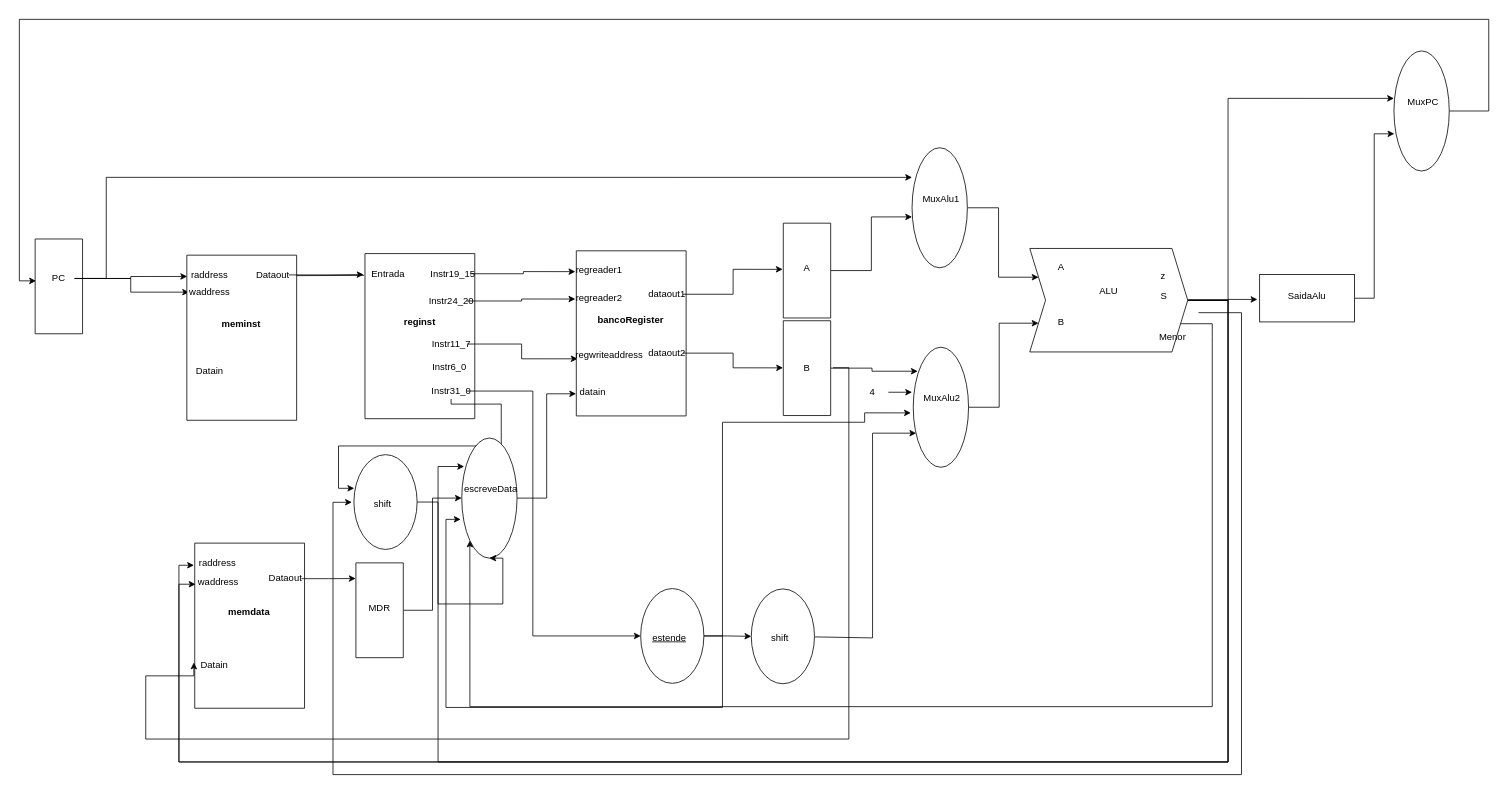
Before: cpu.drawio in GabrielOlem/ProjetoHardware, a draw.io diagram. Source tidied: cells renumbered, new cells numbered last; positions are measured from the earlier drawing's top-left corner, leaving out a move shared by most shapes. Both pictures are drawn from the tidied source at 79%, with x=0, y=0 at pixel (11, 19).
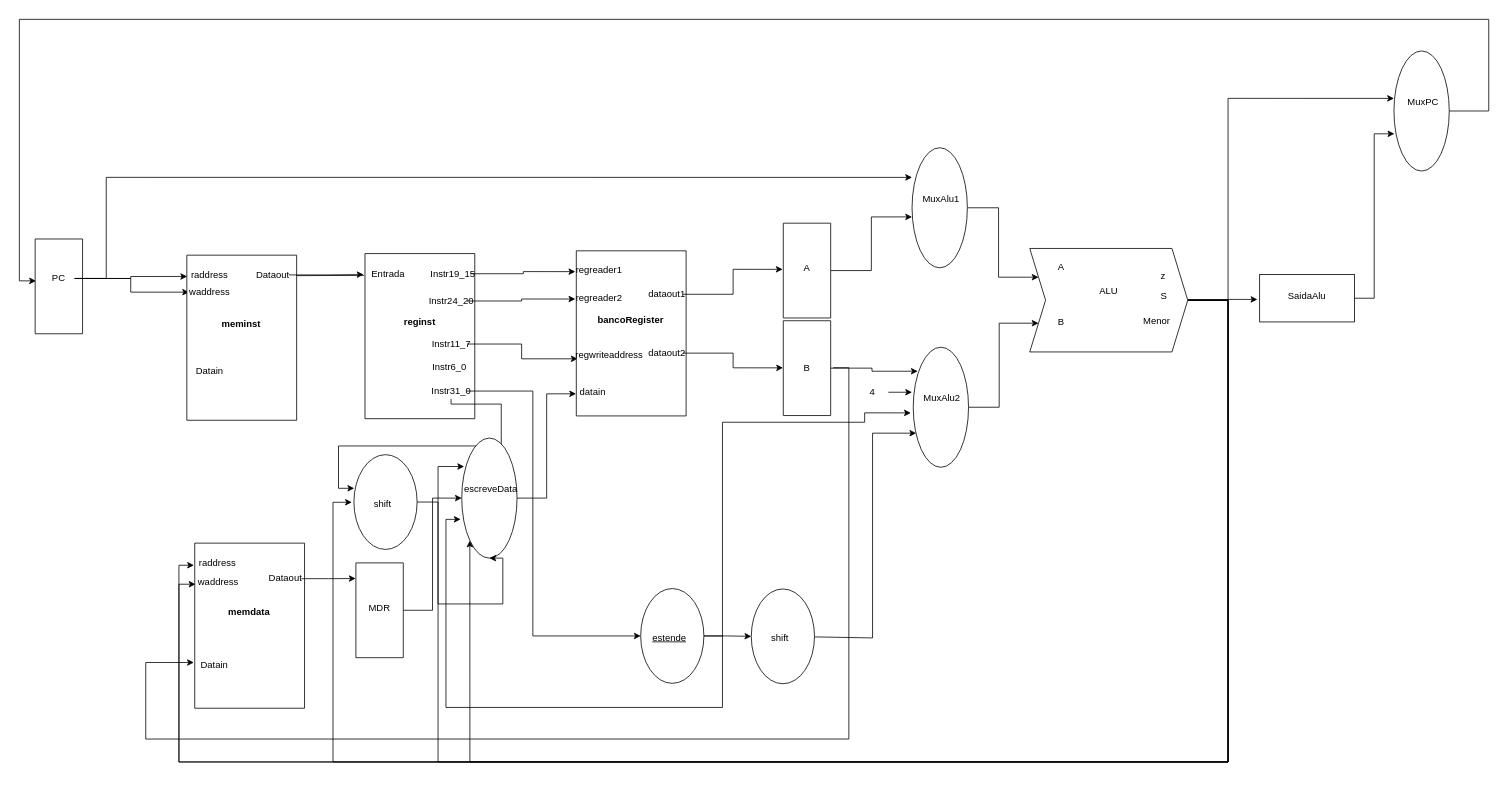
Above is the later version.

The change refers to these unchanged cells:
```xml
<mxCell id="29" style="verticalLabelPosition=bottom;verticalAlign=top;html=1;shape=mxgraph.basic.rect;fillColor=#ffffff;fillColor2=none;strokeColor=#000000;strokeWidth=1;size=20;indent=5;rotation=90;" parent="1" vertex="1">
  <mxGeometry x="197" y="698" width="209" height="139" as="geometry" />
</mxCell>
<mxCell id="68" style="shape=step;perimeter=stepPerimeter;whiteSpace=wrap;html=1;fixedSize=1;" parent="1" vertex="1">
  <mxGeometry x="1289" y="290" width="200" height="131" as="geometry" />
</mxCell>
<mxCell id="78" style="ellipse;whiteSpace=wrap;html=1;direction=south;" parent="1" vertex="1">
  <mxGeometry x="570" y="530" width="70" height="152" as="geometry" />
</mxCell>
```

The edit, as a diff of the source:
```diff
@@
     <mxCell id="59" style="edgeStyle=orthogonalEdgeStyle;rounded=0;jettySize=auto;html=1;entryX=0.723;entryY=1.008;entryDx=0;entryDy=0;entryPerimeter=0;" parent="1" edge="1" target="29">
       <mxGeometry relative="1" as="geometry">
         <mxPoint x="1040" y="441" as="sourcePoint" />
         <Array as="points">
           <mxPoint x="1060" y="441" />
           <mxPoint x="1060" y="911" />
           <mxPoint x="170" y="911" />
-          <mxPoint x="170" y="831" />
+          <mxPoint x="170" y="814" />
         </Array>
       </mxGeometry>
     </mxCell>
@@
-    <mxCell id="66" style="edgeStyle=orthogonalEdgeStyle;rounded=0;jettySize=auto;html=1;exitX=1;exitY=0.75;exitDx=0;exitDy=0;entryX=1;entryY=1;entryDx=0;entryDy=0;" parent="1" edge="1" source="68" target="78">
+    <mxCell id="66" style="edgeStyle=orthogonalEdgeStyle;rounded=0;jettySize=auto;html=1;entryX=1;entryY=1;entryDx=0;entryDy=0;" parent="1" edge="1" target="78">
       <mxGeometry relative="1" as="geometry">
+        <mxPoint x="1490" y="355" as="sourcePoint" />
         <Array as="points">
-          <mxPoint x="1520" y="401" />
-          <mxPoint x="1520" y="870" />
-          <mxPoint x="580" y="870" />
-          <mxPoint x="580" y="676" />
+          <mxPoint x="1540" y="355" />
+          <mxPoint x="1540" y="940" />
+          <mxPoint x="580" y="940" />
         </Array>
       </mxGeometry>
     </mxCell>
-    <mxCell id="67" style="edgeStyle=orthogonalEdgeStyle;rounded=0;orthogonalLoop=1;jettySize=auto;html=1;entryX=0.5;entryY=1;entryDx=0;entryDy=0;exitX=1;exitY=0.5;exitDx=0;exitDy=0;" parent="1" edge="1">
+    <mxCell id="67" style="edgeStyle=orthogonalEdgeStyle;rounded=0;jettySize=auto;html=1;entryX=0.5;entryY=1;entryDx=0;entryDy=0;exitX=1;exitY=0.5;exitDx=0;exitDy=0;" parent="1" edge="1" source="68">
       <mxGeometry relative="1" as="geometry">
-        <mxPoint x="1502.6" y="371.3" as="sourcePoint" />
         <mxPoint x="430.9" y="611.3" as="targetPoint" />
         <Array as="points">
-          <mxPoint x="1557" y="371" />
-          <mxPoint x="1557" y="956" />
-          <mxPoint x="407" y="956" />
+          <mxPoint x="1489" y="355" />
+          <mxPoint x="1540" y="355" />
+          <mxPoint x="1540" y="940" />
+          <mxPoint x="407" y="940" />
           <mxPoint x="407" y="611" />
         </Array>
       </mxGeometry>
     </mxCell>
@@
     <mxCell id="93" value="Menor" style="text;html=1;strokeColor=none;fillColor=none;align=center;verticalAlign=middle;whiteSpace=wrap;rounded=0;" parent="1" vertex="1">
-      <mxGeometry x="1450" y="392" width="40" height="20" as="geometry" />
+      <mxGeometry x="1430" y="372" width="40" height="20" as="geometry" />
     </mxCell>
```
